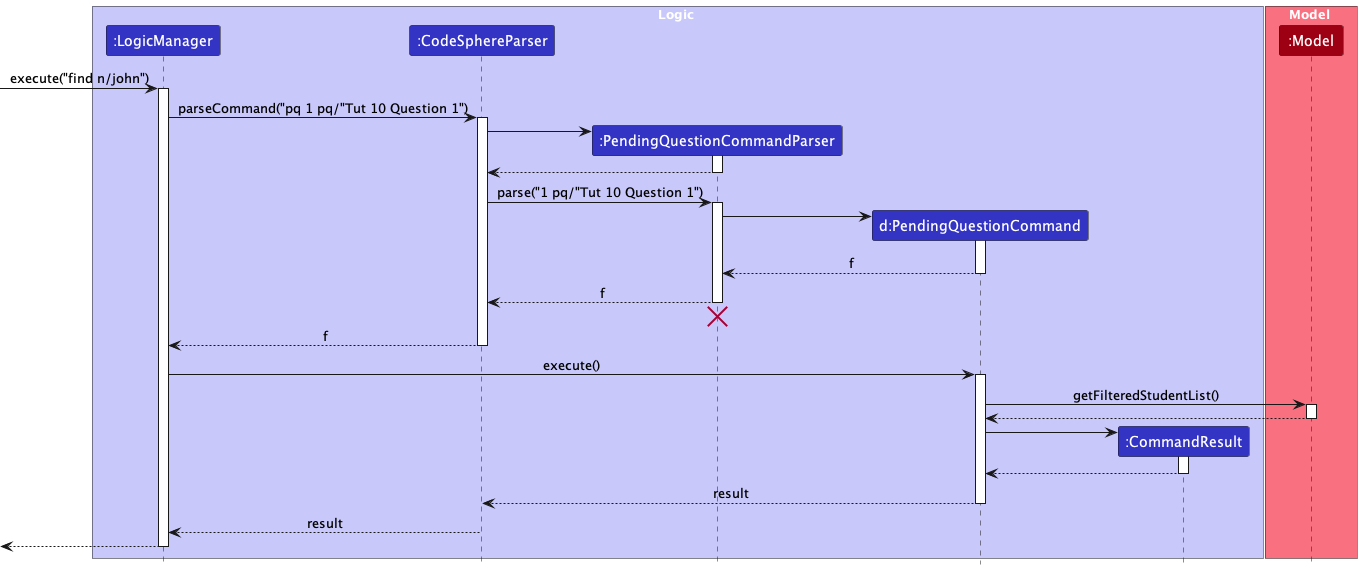
tiongjjyi/tp keeps this PlantUML diagram as docs/images/PendingQuestionSequenceDiagram.png. Above is the earlier version. The source it was exported from:
```plantuml
@startuml
!include style.puml
skinparam ArrowFontStyle plain

box Logic LOGIC_COLOR_T1
participant ":LogicManager" as LogicManager LOGIC_COLOR
participant ":CodeSphereParser" as CodeSphereParser LOGIC_COLOR
participant ":PendingQuestionCommandParser" as PendingQuestionCommandParser LOGIC_COLOR
participant "d:PendingQuestionCommand" as PendingQuestionCommand LOGIC_COLOR
participant ":CommandResult" as CommandResult LOGIC_COLOR
end box

box Model MODEL_COLOR_T1
participant ":Model" as Model MODEL_COLOR
end box

[-> LogicManager : execute("find n/john")
activate LogicManager

LogicManager -> CodeSphereParser : parseCommand("pq 1 pq/"Tut 10 Question 1")
activate CodeSphereParser

create PendingQuestionCommandParser
CodeSphereParser -> PendingQuestionCommandParser
activate PendingQuestionCommandParser

PendingQuestionCommandParser --> CodeSphereParser
deactivate PendingQuestionCommandParser

CodeSphereParser -> PendingQuestionCommandParser : parse("1 pq/"Tut 10 Question 1")
activate PendingQuestionCommandParser

create PendingQuestionCommand
PendingQuestionCommandParser -> PendingQuestionCommand
activate PendingQuestionCommand

PendingQuestionCommand --> PendingQuestionCommandParser : f
deactivate PendingQuestionCommand

PendingQuestionCommandParser --> CodeSphereParser : f
deactivate PendingQuestionCommandParser
PendingQuestionCommandParser -[hidden]-> CodeSphereParser
destroy PendingQuestionCommandParser

CodeSphereParser --> LogicManager : f
deactivate CodeSphereParser

LogicManager -> PendingQuestionCommand : execute()
activate PendingQuestionCommand

PendingQuestionCommand -> Model : getFilteredStudentList()
activate Model

Model --> PendingQuestionCommand
deactivate Model

create CommandResult
PendingQuestionCommand -> CommandResult
activate CommandResult

CommandResult --> PendingQuestionCommand
deactivate CommandResult

PendingQuestionCommand --> CodeSphereParser : result
deactivate PendingQuestionCommand

CodeSphereParser --> LogicManager : result
deactivate CodeSphereParser

[<--LogicManager
deactivate LogicManager
@enduml
```
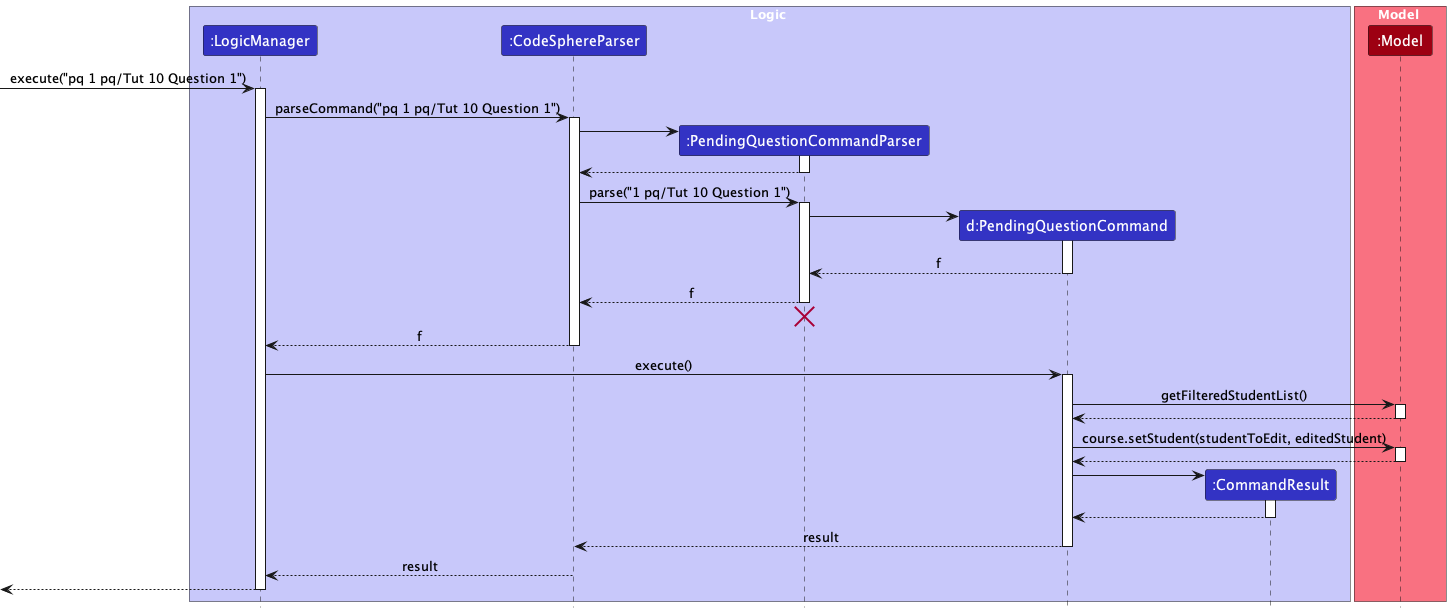
The same file after the commit.

Change to the diagram source:
```diff
@@ -14,10 +14,10 @@
 participant ":Model" as Model MODEL_COLOR
 end box
 
-[-> LogicManager : execute("find n/john")
+[-> LogicManager : execute("pq 1 pq/Tut 10 Question 1")
 activate LogicManager
 
-LogicManager -> CodeSphereParser : parseCommand("pq 1 pq/"Tut 10 Question 1")
+LogicManager -> CodeSphereParser : parseCommand("pq 1 pq/Tut 10 Question 1")
 activate CodeSphereParser
 
 create PendingQuestionCommandParser
@@ -27,7 +27,7 @@
 PendingQuestionCommandParser --> CodeSphereParser
 deactivate PendingQuestionCommandParser
 
-CodeSphereParser -> PendingQuestionCommandParser : parse("1 pq/"Tut 10 Question 1")
+CodeSphereParser -> PendingQuestionCommandParser : parse("1 pq/Tut 10 Question 1")
 activate PendingQuestionCommandParser
 
 create PendingQuestionCommand
@@ -54,6 +54,12 @@
 Model --> PendingQuestionCommand
 deactivate Model
 
+PendingQuestionCommand -> Model : course.setStudent(studentToEdit, editedStudent)
+activate Model
+
+Model --> PendingQuestionCommand
+deactivate Model
+
 create CommandResult
 PendingQuestionCommand -> CommandResult
 activate CommandResult
```
